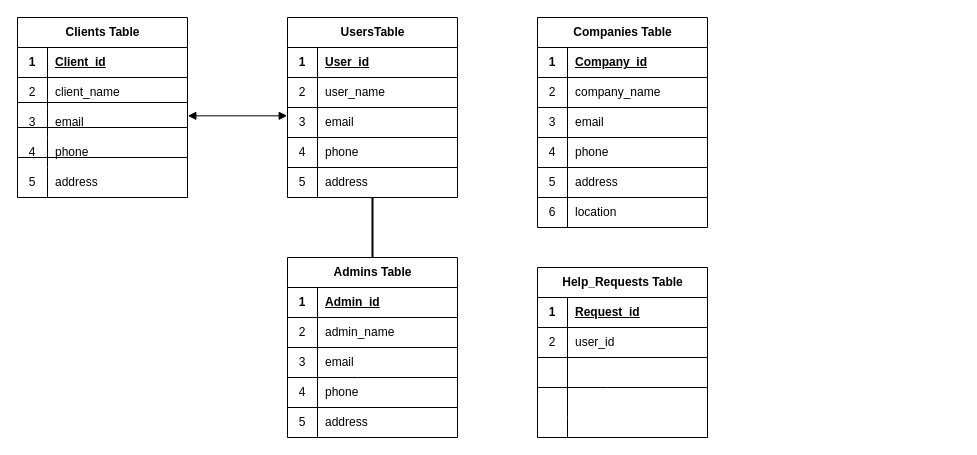
Before: Диаграмма без названия.drawio in CocaDoU/Team5, a draw.io diagram. Source tidied: cells renumbered, new cells numbered last; positions are measured from the earlier drawing's top-left corner, leaving out a move shared by most shapes. Both pictures are drawn from the tidied source at 100%, with x=0, y=0 at pixel (17, 17).
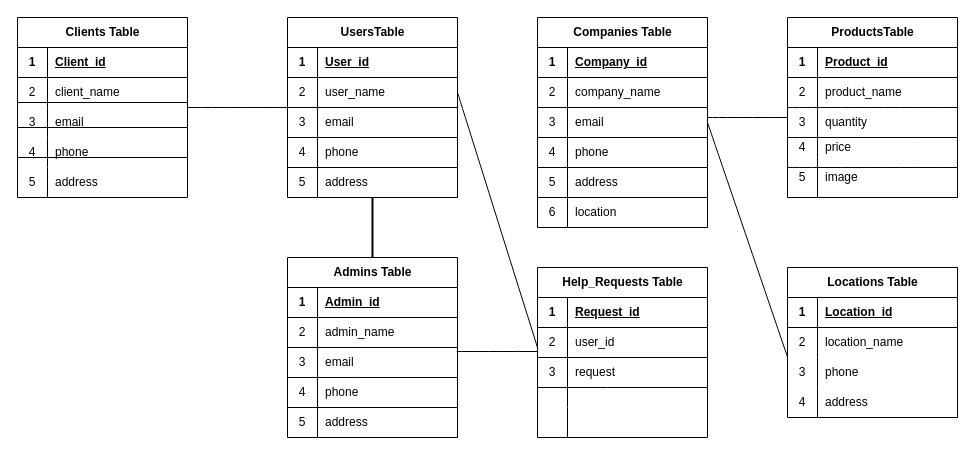
The same page after the edit.

Commit message:
EERD Diagram

The change refers to these unchanged cells:
```xml
<mxCell id="9" style="shape=tableRow;horizontal=0;startSize=0;swimlaneHead=0;swimlaneBody=0;fillColor=none;points=[[0,0.5],[1,0.5]];portConstraint=eastwest;top=0;left=0;right=0;bottom=0;" parent="2" vertex="1">
  <mxGeometry y="90" width="170" height="30" as="geometry" />
</mxCell>
<mxCell id="25" style="shape=tableRow;horizontal=0;startSize=0;swimlaneHead=0;swimlaneBody=0;fillColor=none;points=[[0,0.5],[1,0.5]];portConstraint=eastwest;top=0;left=0;right=0;bottom=0;" parent="21" vertex="1">
  <mxGeometry y="60" width="170" height="30" as="geometry" />
</mxCell>
<mxCell id="28" style="shape=tableRow;horizontal=0;startSize=0;swimlaneHead=0;swimlaneBody=0;fillColor=none;points=[[0,0.5],[1,0.5]];portConstraint=eastwest;top=0;left=0;right=0;bottom=0;" parent="21" vertex="1">
  <mxGeometry y="90" width="170" height="30" as="geometry" />
</mxCell>
<mxCell id="48" style="shape=tableRow;horizontal=0;startSize=0;swimlaneHead=0;swimlaneBody=0;fillColor=none;points=[[0,0.5],[1,0.5]];portConstraint=eastwest;top=0;left=0;right=0;bottom=0;" parent="41" vertex="1">
  <mxGeometry y="90" width="170" height="30" as="geometry" />
</mxCell>
<mxCell id="81" style="line;strokeWidth=1;dashed=0;labelPosition=right;align=left;verticalAlign=middle;spacingTop=0;spacingLeft=6;points=[];portConstraint=eastwest;" parent="1" vertex="1">
  <mxGeometry x="270" y="325" width="170" height="10" as="geometry" />
</mxCell>
<mxCell id="85" value="Help_Requests Table" style="shape=table;startSize=30;childLayout=tableLayout;rowLines=0;fontStyle=1;align=center;html=1;" parent="1" vertex="1">
  <mxGeometry x="520" y="250" width="170" height="170" as="geometry" />
</mxCell>
<mxCell id="92" style="shape=tableRow;horizontal=0;startSize=0;swimlaneHead=0;swimlaneBody=0;fillColor=none;top=0;left=0;right=0;bottom=0;" parent="85" vertex="1">
  <mxGeometry y="90" width="170" height="30" as="geometry" />
</mxCell>
```

Diff of the diagram source:
```diff
@@
-    <mxCell id="40" style="endArrow=block;startArrow=block;endFill=1;startFill=1;html=1;rounded=0;exitX=1.002;exitY=0.278;exitDx=0;exitDy=0;exitPerimeter=0;entryX=-0.002;entryY=0.278;entryDx=0;entryDy=0;entryPerimeter=0;" parent="1" edge="1" source="9" target="28">
-      <mxGeometry relative="1" as="geometry" />
-    </mxCell>
@@
-    <mxCell id="93" style="shape=partialRectangle;fillColor=none;top=0;left=0;bottom=0;right=0;overflow=hidden;whiteSpace=wrap;html=1;" parent="92" vertex="1">
+    <mxCell id="93" value="3" style="shape=partialRectangle;fillColor=none;top=0;left=0;bottom=0;right=0;overflow=hidden;whiteSpace=wrap;html=1;" parent="92" vertex="1">
       <mxGeometry width="30" height="30" as="geometry" />
     </mxCell>
-    <mxCell id="94" style="shape=partialRectangle;fillColor=none;top=0;left=0;bottom=0;right=0;align=left;spacingLeft=6;overflow=hidden;whiteSpace=wrap;html=1;" parent="92" vertex="1">
+    <mxCell id="94" value="request&amp;nbsp;" style="shape=partialRectangle;fillColor=none;top=0;left=0;bottom=0;right=0;align=left;spacingLeft=6;overflow=hidden;whiteSpace=wrap;html=1;" parent="92" vertex="1">
       <mxGeometry x="30" width="140" height="30" as="geometry" />
     </mxCell>
+    <mxCell id="98" style="shape=tableRow;horizontal=0;startSize=0;swimlaneHead=0;swimlaneBody=0;fillColor=none;top=0;left=0;right=0;bottom=0;" parent="85" vertex="1">
+      <mxGeometry y="120" width="170" height="20" as="geometry" />
+    </mxCell>
+    <mxCell id="99" style="shape=partialRectangle;fillColor=none;top=0;left=0;bottom=0;right=0;overflow=hidden;whiteSpace=wrap;html=1;" parent="98" vertex="1">
+      <mxGeometry width="30" height="20" as="geometry" />
+    </mxCell>
+    <mxCell id="100" style="shape=partialRectangle;fillColor=none;top=0;left=0;bottom=0;right=0;align=left;spacingLeft=6;overflow=hidden;whiteSpace=wrap;html=1;" parent="98" vertex="1">
+      <mxGeometry x="30" width="140" height="20" as="geometry" />
+    </mxCell>
     <mxCell id="95" style="shape=tableRow;horizontal=0;startSize=0;swimlaneHead=0;swimlaneBody=0;fillColor=none;top=0;left=0;right=0;bottom=0;" parent="85" vertex="1">
-      <mxGeometry y="120" width="170" height="30" as="geometry" />
+      <mxGeometry y="140" width="170" height="30" as="geometry" />
     </mxCell>
@@
-    <mxCell id="98" style="shape=tableRow;horizontal=0;startSize=0;swimlaneHead=0;swimlaneBody=0;fillColor=none;top=0;left=0;right=0;bottom=0;" parent="85" vertex="1">
-      <mxGeometry y="150" width="170" height="20" as="geometry" />
-    </mxCell>
-    <mxCell id="99" style="shape=partialRectangle;fillColor=none;top=0;left=0;bottom=0;right=0;overflow=hidden;whiteSpace=wrap;html=1;" parent="98" vertex="1">
-      <mxGeometry width="30" height="20" as="geometry" />
-    </mxCell>
-    <mxCell id="100" style="shape=partialRectangle;fillColor=none;top=0;left=0;bottom=0;right=0;align=left;spacingLeft=6;overflow=hidden;whiteSpace=wrap;html=1;" parent="98" vertex="1">
-      <mxGeometry x="30" width="140" height="20" as="geometry" />
-    </mxCell>
@@
+    <mxCell id="103" style="endArrow=none;html=1;rounded=0;fontSize=12;startSize=8;endSize=8;curved=1;exitX=0.995;exitY=0.9;exitDx=0;exitDy=0;exitPerimeter=0;" parent="1" edge="1" source="81">
+      <mxGeometry relative="1" as="geometry">
+        <mxPoint x="520" y="334" as="targetPoint" />
+      </mxGeometry>
+    </mxCell>
+    <mxCell id="104" style="html=1;whiteSpace=wrap;align=right;verticalAlign=bottom;fontSize=16;" parent="103" vertex="1">
+      <mxGeometry x="1" relative="1" as="geometry" />
+    </mxCell>
+    <mxCell id="105" style="endArrow=none;html=1;rounded=0;fontSize=12;startSize=8;endSize=8;curved=1;exitX=1;exitY=0.5;exitDx=0;exitDy=0;" parent="1" edge="1" source="25">
+      <mxGeometry relative="1" as="geometry">
+        <mxPoint x="520" y="330" as="targetPoint" />
+      </mxGeometry>
+    </mxCell>
+    <mxCell id="106" style="html=1;whiteSpace=wrap;align=right;verticalAlign=bottom;fontSize=16;" parent="105" vertex="1">
+      <mxGeometry x="1" relative="1" as="geometry" />
+    </mxCell>
+    <mxCell id="107" value="ProductsTable" style="shape=table;startSize=30;childLayout=tableLayout;rowLines=0;fontStyle=1;align=center;html=1;" parent="1" vertex="1">
+      <mxGeometry x="770" width="170" height="180" as="geometry" />
+    </mxCell>
+    <mxCell id="108" style="shape=tableRow;horizontal=0;startSize=0;swimlaneHead=0;swimlaneBody=0;fillColor=none;top=0;left=0;right=0;bottom=1;" parent="107" vertex="1">
+      <mxGeometry y="30" width="170" height="30" as="geometry" />
+    </mxCell>
+    <mxCell id="109" value="1" style="shape=partialRectangle;fillColor=none;top=0;left=0;bottom=0;right=0;fontStyle=1;overflow=hidden;whiteSpace=wrap;html=1;" parent="108" vertex="1">
+      <mxGeometry width="30" height="30" as="geometry" />
+    </mxCell>
+    <mxCell id="110" value="Product_id" style="shape=partialRectangle;fillColor=none;top=0;left=0;bottom=0;right=0;align=left;spacingLeft=6;fontStyle=5;overflow=hidden;whiteSpace=wrap;html=1;" parent="108" vertex="1">
+      <mxGeometry x="30" width="140" height="30" as="geometry" />
+    </mxCell>
+    <mxCell id="111" style="shape=tableRow;horizontal=0;startSize=0;swimlaneHead=0;swimlaneBody=0;fillColor=none;top=0;left=0;right=0;bottom=0;" parent="107" vertex="1">
+      <mxGeometry y="60" width="170" height="30" as="geometry" />
+    </mxCell>
+    <mxCell id="112" value="2" style="shape=partialRectangle;fillColor=none;top=0;left=0;bottom=0;right=0;overflow=hidden;whiteSpace=wrap;html=1;" parent="111" vertex="1">
+      <mxGeometry width="30" height="30" as="geometry" />
+    </mxCell>
+    <mxCell id="113" value="product_name" style="shape=partialRectangle;fillColor=none;top=0;left=0;bottom=0;right=0;align=left;spacingLeft=6;overflow=hidden;whiteSpace=wrap;html=1;" parent="111" vertex="1">
+      <mxGeometry x="30" width="140" height="30" as="geometry" />
+    </mxCell>
+    <mxCell id="114" style="shape=tableRow;horizontal=0;startSize=0;swimlaneHead=0;swimlaneBody=0;fillColor=none;points=[[0,0.5],[1,0.5]];portConstraint=eastwest;top=0;left=0;right=0;bottom=0;" parent="107" vertex="1">
+      <mxGeometry y="90" width="170" height="30" as="geometry" />
+    </mxCell>
+    <mxCell id="115" value="3" style="shape=partialRectangle;fillColor=none;top=0;left=0;bottom=0;right=0;overflow=hidden;whiteSpace=wrap;html=1;" parent="114" vertex="1">
+      <mxGeometry width="30" height="30" as="geometry" />
+    </mxCell>
+    <mxCell id="116" value="quantity" style="shape=partialRectangle;fillColor=none;top=0;left=0;bottom=0;right=0;align=left;spacingLeft=6;overflow=hidden;whiteSpace=wrap;html=1;" parent="114" vertex="1">
+      <mxGeometry x="30" width="140" height="30" as="geometry" />
+    </mxCell>
+    <mxCell id="117" style="shape=tableRow;horizontal=0;startSize=0;swimlaneHead=0;swimlaneBody=0;fillColor=none;top=0;left=0;right=0;bottom=0;" parent="107" vertex="1">
+      <mxGeometry y="120" width="170" height="20" as="geometry" />
+    </mxCell>
+    <mxCell id="118" value="4" style="shape=partialRectangle;fillColor=none;top=0;left=0;bottom=0;right=0;overflow=hidden;whiteSpace=wrap;html=1;" parent="117" vertex="1">
+      <mxGeometry width="30" height="20" as="geometry" />
+    </mxCell>
+    <mxCell id="119" value="price" style="shape=partialRectangle;fillColor=none;top=0;left=0;bottom=0;right=0;align=left;spacingLeft=6;overflow=hidden;whiteSpace=wrap;html=1;" parent="117" vertex="1">
+      <mxGeometry x="30" width="140" height="20" as="geometry" />
+    </mxCell>
+    <mxCell id="120" style="shape=tableRow;horizontal=0;startSize=0;swimlaneHead=0;swimlaneBody=0;fillColor=none;top=0;left=0;right=0;bottom=0;" parent="107" vertex="1">
+      <mxGeometry y="140" width="170" height="40" as="geometry" />
+    </mxCell>
+    <mxCell id="121" value="5" style="shape=partialRectangle;fillColor=none;top=0;left=0;bottom=0;right=0;overflow=hidden;whiteSpace=wrap;html=1;" parent="120" vertex="1">
+      <mxGeometry width="30" height="40" as="geometry" />
+    </mxCell>
+    <mxCell id="122" value="image" style="shape=partialRectangle;fillColor=none;top=0;left=0;bottom=0;right=0;align=left;spacingLeft=6;overflow=hidden;whiteSpace=wrap;html=1;" parent="120" vertex="1">
+      <mxGeometry x="30" width="140" height="40" as="geometry" />
+    </mxCell>
+    <mxCell id="123" style="endArrow=none;html=1;rounded=0;fontSize=12;startSize=8;endSize=8;curved=1;entryX=1.005;entryY=0;entryDx=0;entryDy=0;entryPerimeter=0;" parent="1" edge="1" target="114">
+      <mxGeometry relative="1" as="geometry">
+        <mxPoint x="770" y="90" as="sourcePoint" />
+      </mxGeometry>
+    </mxCell>
+    <mxCell id="124" style="html=1;whiteSpace=wrap;align=right;verticalAlign=bottom;fontSize=16;" parent="123" vertex="1">
+      <mxGeometry x="1" relative="1" as="geometry" />
+    </mxCell>
+    <mxCell id="125" style="endArrow=none;html=1;rounded=0;fontSize=12;startSize=8;endSize=8;curved=1;" parent="1" edge="1">
+      <mxGeometry relative="1" as="geometry">
+        <mxPoint x="770" y="120" as="sourcePoint" />
+        <mxPoint x="940" y="120" as="targetPoint" />
+      </mxGeometry>
+    </mxCell>
+    <mxCell id="126" style="html=1;whiteSpace=wrap;align=right;verticalAlign=bottom;fontSize=16;" parent="125" vertex="1">
+      <mxGeometry x="1" relative="1" as="geometry" />
+    </mxCell>
+    <mxCell id="127" style="endArrow=none;html=1;rounded=0;fontSize=12;startSize=8;endSize=8;curved=1;" parent="1" edge="1">
+      <mxGeometry relative="1" as="geometry">
+        <mxPoint x="770" y="150" as="sourcePoint" />
+        <mxPoint x="940" y="150" as="targetPoint" />
+      </mxGeometry>
+    </mxCell>
+    <mxCell id="128" style="html=1;whiteSpace=wrap;align=right;verticalAlign=bottom;fontSize=16;" parent="127" vertex="1">
+      <mxGeometry x="1" relative="1" as="geometry" />
+    </mxCell>
+    <mxCell id="129" value="Locations Table" style="shape=table;startSize=30;childLayout=tableLayout;rowLines=0;fontStyle=1;align=center;html=1;" parent="1" vertex="1">
+      <mxGeometry x="770" y="250" width="170" height="150" as="geometry" />
+    </mxCell>
+    <mxCell id="130" style="shape=tableRow;horizontal=0;startSize=0;swimlaneHead=0;swimlaneBody=0;fillColor=none;top=0;left=0;right=0;bottom=1;" parent="129" vertex="1">
+      <mxGeometry y="30" width="170" height="30" as="geometry" />
+    </mxCell>
+    <mxCell id="131" value="1" style="shape=partialRectangle;fillColor=none;top=0;left=0;bottom=0;right=0;fontStyle=1;overflow=hidden;whiteSpace=wrap;html=1;" parent="130" vertex="1">
+      <mxGeometry width="30" height="30" as="geometry" />
+    </mxCell>
+    <mxCell id="132" value="Location_id" style="shape=partialRectangle;fillColor=none;top=0;left=0;bottom=0;right=0;align=left;spacingLeft=6;fontStyle=5;overflow=hidden;whiteSpace=wrap;html=1;" parent="130" vertex="1">
+      <mxGeometry x="30" width="140" height="30" as="geometry" />
+    </mxCell>
+    <mxCell id="133" style="shape=tableRow;horizontal=0;startSize=0;swimlaneHead=0;swimlaneBody=0;fillColor=none;top=0;left=0;right=0;bottom=0;" parent="129" vertex="1">
+      <mxGeometry y="60" width="170" height="30" as="geometry" />
+    </mxCell>
+    <mxCell id="134" value="2" style="shape=partialRectangle;fillColor=none;top=0;left=0;bottom=0;right=0;overflow=hidden;whiteSpace=wrap;html=1;" parent="133" vertex="1">
+      <mxGeometry width="30" height="30" as="geometry" />
+    </mxCell>
+    <mxCell id="135" value="location_name" style="shape=partialRectangle;fillColor=none;top=0;left=0;bottom=0;right=0;align=left;spacingLeft=6;overflow=hidden;whiteSpace=wrap;html=1;" parent="133" vertex="1">
+      <mxGeometry x="30" width="140" height="30" as="geometry" />
+    </mxCell>
+    <mxCell id="136" style="shape=tableRow;horizontal=0;startSize=0;swimlaneHead=0;swimlaneBody=0;fillColor=none;top=0;left=0;right=0;bottom=0;" parent="129" vertex="1">
+      <mxGeometry y="90" width="170" height="30" as="geometry" />
+    </mxCell>
+    <mxCell id="137" value="3" style="shape=partialRectangle;fillColor=none;top=0;left=0;bottom=0;right=0;overflow=hidden;whiteSpace=wrap;html=1;" parent="136" vertex="1">
+      <mxGeometry width="30" height="30" as="geometry" />
+    </mxCell>
+    <mxCell id="138" value="phone" style="shape=partialRectangle;fillColor=none;top=0;left=0;bottom=0;right=0;align=left;spacingLeft=6;overflow=hidden;whiteSpace=wrap;html=1;" parent="136" vertex="1">
+      <mxGeometry x="30" width="140" height="30" as="geometry" />
+    </mxCell>
+    <mxCell id="139" style="shape=tableRow;horizontal=0;startSize=0;swimlaneHead=0;swimlaneBody=0;fillColor=none;top=0;left=0;right=0;bottom=0;" parent="129" vertex="1">
+      <mxGeometry y="120" width="170" height="30" as="geometry" />
+    </mxCell>
+    <mxCell id="140" value="4" style="shape=partialRectangle;fillColor=none;top=0;left=0;bottom=0;right=0;overflow=hidden;whiteSpace=wrap;html=1;" parent="139" vertex="1">
+      <mxGeometry width="30" height="30" as="geometry" />
+    </mxCell>
+    <mxCell id="141" value="address" style="shape=partialRectangle;fillColor=none;top=0;left=0;bottom=0;right=0;align=left;spacingLeft=6;overflow=hidden;whiteSpace=wrap;html=1;" parent="139" vertex="1">
+      <mxGeometry x="30" width="140" height="30" as="geometry" />
+    </mxCell>
+    <mxCell id="142" style="endArrow=none;html=1;rounded=0;fontSize=12;startSize=8;endSize=8;curved=1;exitX=1;exitY=0.5;exitDx=0;exitDy=0;" parent="1" edge="1" source="48">
+      <mxGeometry relative="1" as="geometry">
+        <mxPoint x="770" y="339.5" as="targetPoint" />
+      </mxGeometry>
+    </mxCell>
+    <mxCell id="143" style="html=1;whiteSpace=wrap;align=right;verticalAlign=bottom;fontSize=16;" parent="142" vertex="1">
+      <mxGeometry x="1" relative="1" as="geometry" />
+    </mxCell>
+    <mxCell id="144" style="endArrow=none;html=1;rounded=0;fontSize=12;startSize=8;endSize=8;curved=1;" parent="1" edge="1">
+      <mxGeometry relative="1" as="geometry">
+        <mxPoint x="690" y="100" as="sourcePoint" />
+        <mxPoint x="770" y="100" as="targetPoint" />
+      </mxGeometry>
+    </mxCell>
+    <mxCell id="145" style="html=1;whiteSpace=wrap;align=right;verticalAlign=bottom;fontSize=16;" parent="144" vertex="1">
+      <mxGeometry x="1" relative="1" as="geometry" />
+    </mxCell>
+    <mxCell id="146" style="endArrow=none;html=1;rounded=0;fontSize=12;startSize=8;endSize=8;curved=1;" parent="1" edge="1">
+      <mxGeometry relative="1" as="geometry">
+        <mxPoint x="530" y="120" as="sourcePoint" />
+        <mxPoint x="690" y="120" as="targetPoint" />
+      </mxGeometry>
+    </mxCell>
+    <mxCell id="147" style="html=1;whiteSpace=wrap;align=right;verticalAlign=bottom;fontSize=16;" parent="146" vertex="1">
+      <mxGeometry x="1" relative="1" as="geometry" />
+    </mxCell>
+    <mxCell id="148" style="endArrow=none;html=1;rounded=0;fontSize=12;startSize=8;endSize=8;curved=1;" parent="1" edge="1">
+      <mxGeometry relative="1" as="geometry">
+        <mxPoint x="170" y="90" as="sourcePoint" />
+        <mxPoint x="270" y="90" as="targetPoint" />
+      </mxGeometry>
+    </mxCell>
+    <mxCell id="149" style="html=1;whiteSpace=wrap;align=right;verticalAlign=bottom;fontSize=16;" parent="148" vertex="1">
+      <mxGeometry x="1" relative="1" as="geometry" />
+    </mxCell>
```
